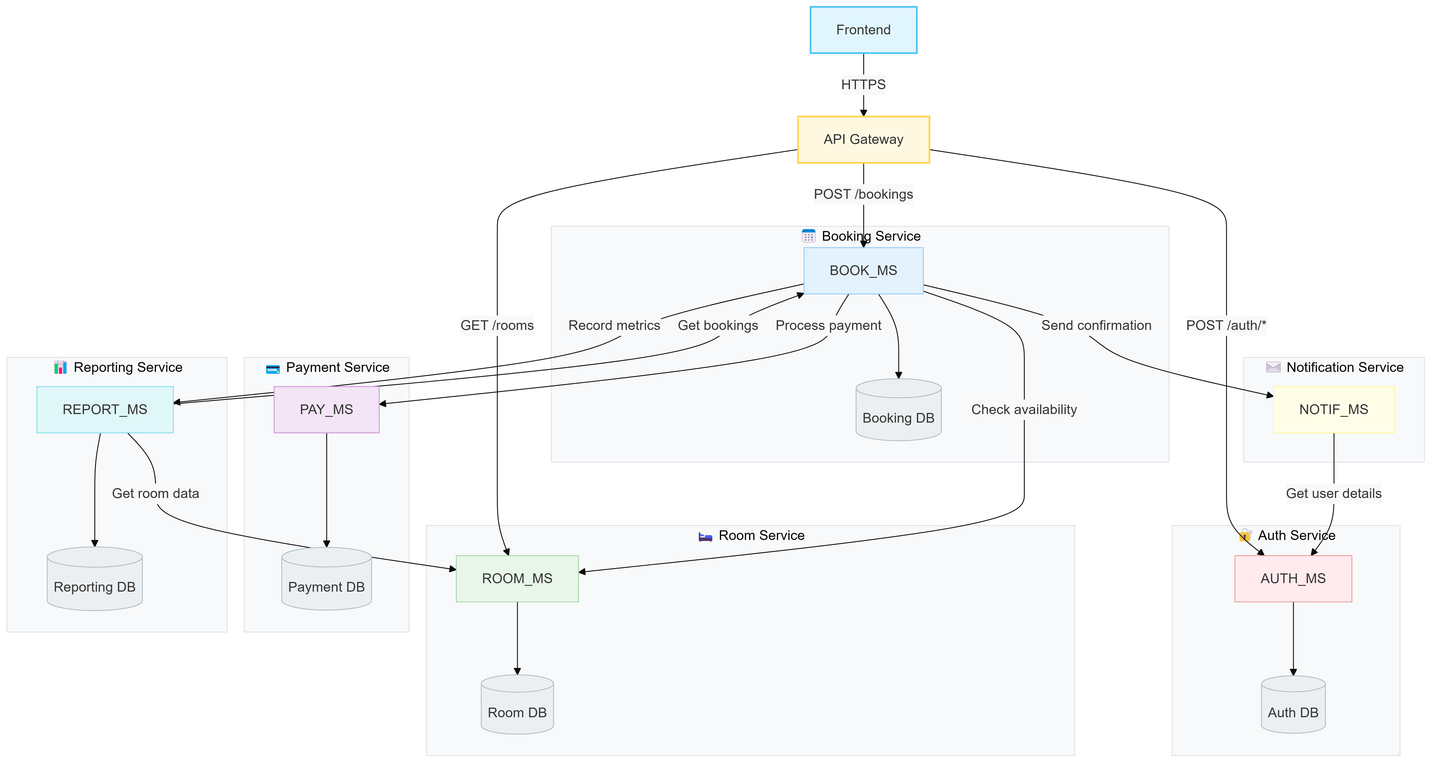
The Mermaid diagram documentation/diagrams/architecture/architecture.png in up220672/innaly, before a commit. Its source is kept beside it as documentation/diagrams/architecture/architecture.mmd.
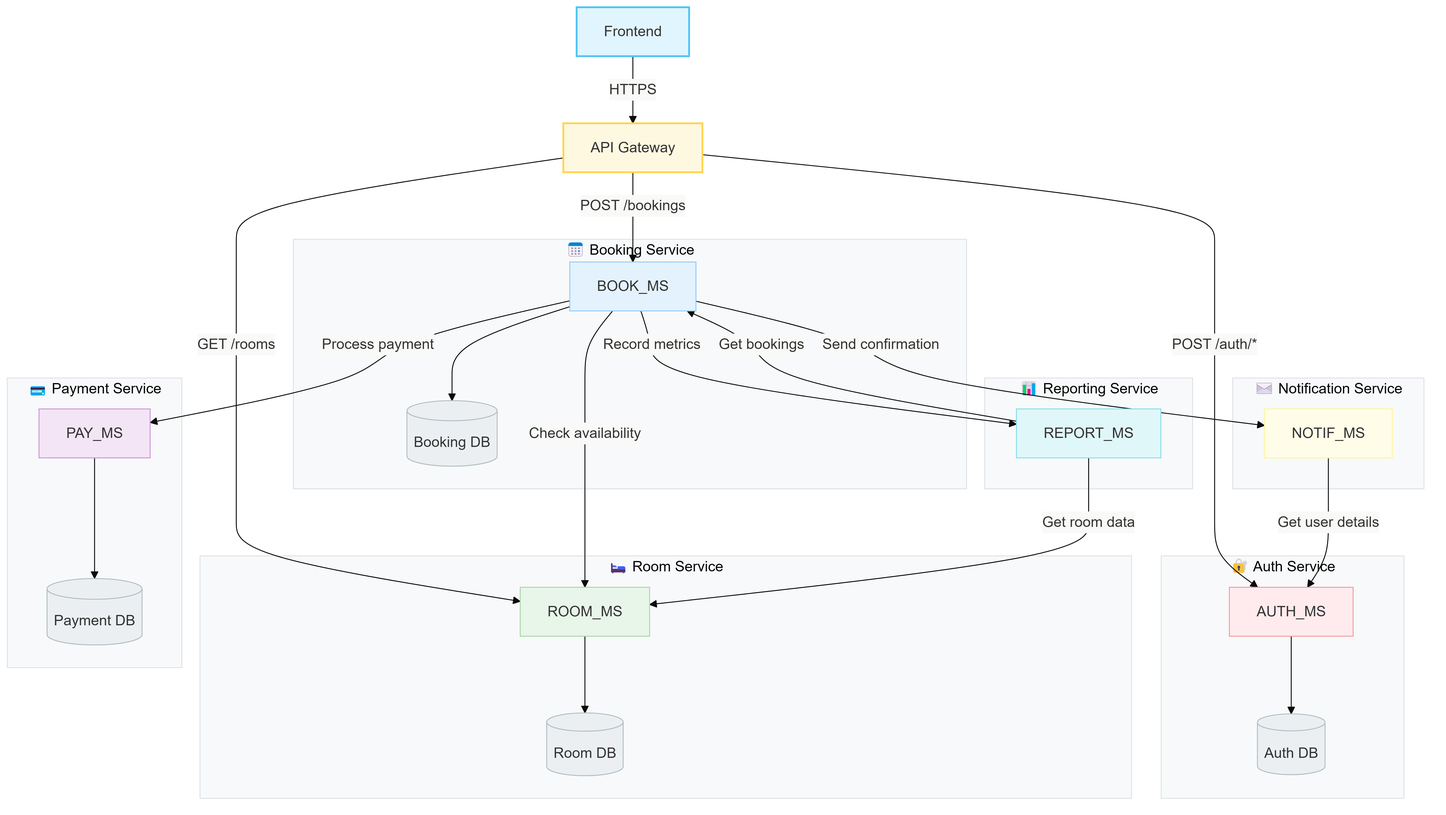
After the commit.

The edit, as a diff of the source:
```diff
@@ -46,7 +46,6 @@
 
     subgraph Reporting["📊 Reporting Service"]
         REPORT_MS:::reporting
-        REPORT_DB[("Reporting DB")]:::db
     end
 
     USER -->|HTTPS| GW
@@ -69,4 +68,3 @@
     ROOM_MS --> ROOM_DB
     BOOK_MS --> BOOK_DB
     PAY_MS --> PAY_DB
-    REPORT_MS --> REPORT_DB
```
